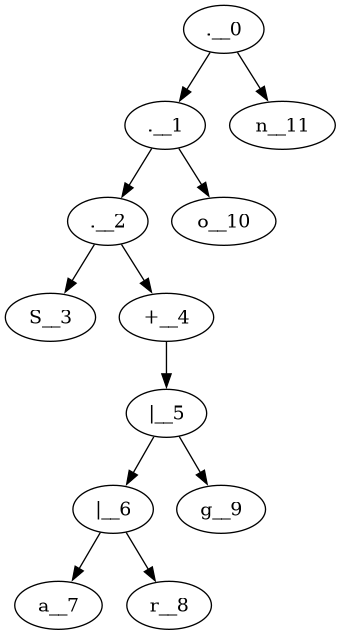
Above: arbre_syntaxique.png in Daniel-Sima/Clone-of-the-egrep-UNIX-command (Graphviz), before the change. Its source is kept beside it as arbre_syntaxique.dot.
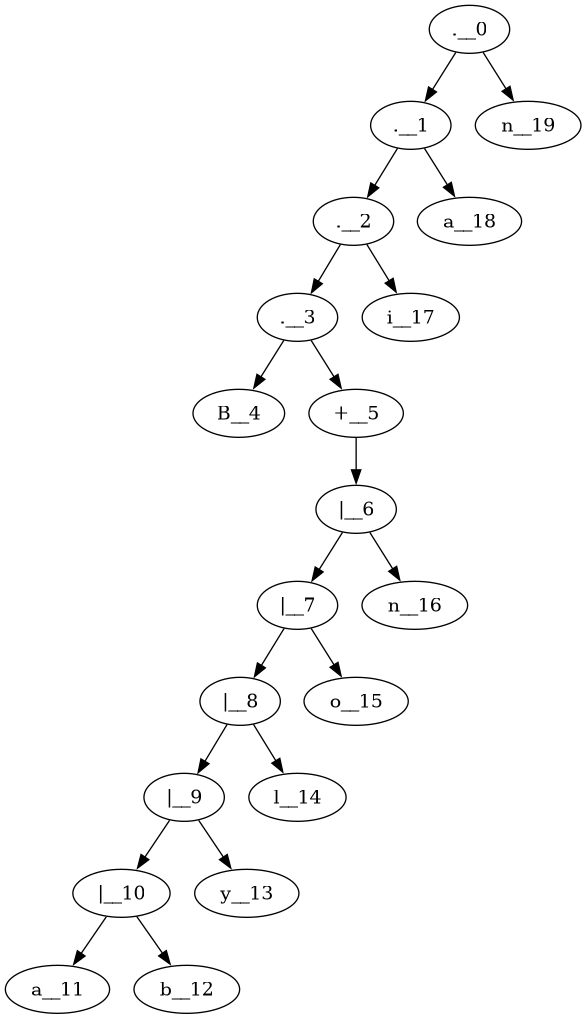
Above is the later version.

What changed in the source:
```diff
@@ -1,13 +1,21 @@
 digraph {
 	".__0"->".__1"
 	".__1"->".__2"
-	".__2"->"S__3"
-	".__2"->"+__4"
-	"+__4"->"|__5"
-	"|__5"->"|__6"
-	"|__6"->"a__7"
-	"|__6"->"r__8"
-	"|__5"->"g__9"
-	".__1"->"o__10"
-	".__0"->"n__11"
+	".__2"->".__3"
+	".__3"->"B__4"
+	".__3"->"+__5"
+	"+__5"->"|__6"
+	"|__6"->"|__7"
+	"|__7"->"|__8"
+	"|__8"->"|__9"
+	"|__9"->"|__10"
+	"|__10"->"a__11"
+	"|__10"->"b__12"
+	"|__9"->"y__13"
+	"|__8"->"l__14"
+	"|__7"->"o__15"
+	"|__6"->"n__16"
+	".__2"->"i__17"
+	".__1"->"a__18"
+	".__0"->"n__19"
 }
```
